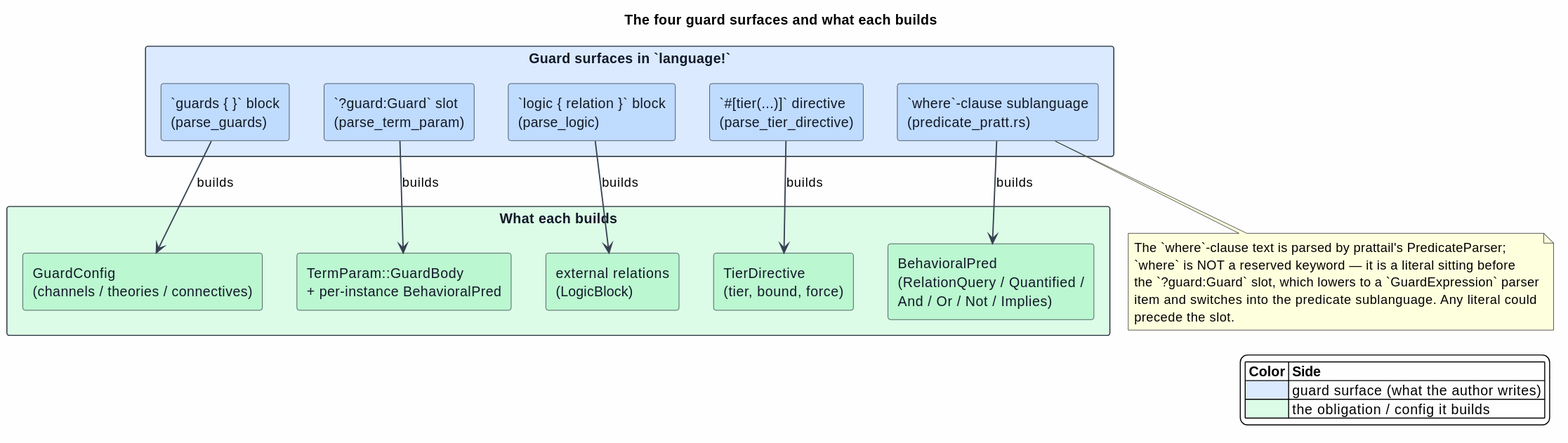
This is docs/architecture/semantic-predicates/figures/06-guard-surfaces.svg from F1R3FLY-io/mettail-rust, a PlantUML export, as it was before one commit. Source of this version:
```plantuml
@startuml
title The four guard surfaces and what each builds

skinparam backgroundColor #FEFEFE
skinparam componentStyle rectangle
skinparam shadowing false
skinparam ArrowColor #374151
skinparam ArrowThickness 1.3
skinparam component {
  BorderColor #1F2937
  FontColor #111827
}
skinparam rectangle {
  BorderColor #1F2937
  FontColor #111827
}

rectangle "Guard surfaces in `language!`" as Surf #DBEAFE {
  component "`guards { }` block\n(parse_guards)" as G #BFDBFE
  component "`?guard:Guard` slot\n(parse_term_param)" as Slot #BFDBFE
  component "`where`-clause sublanguage\n(predicate_pratt.rs)" as Where #BFDBFE
  component "`logic { relation }` block\n(parse_logic)" as Logic #BFDBFE
  component "`#[tier(...)]` directive\n(parse_tier_directive)" as Tier #BFDBFE
}

rectangle "What each builds" as Built #DCFCE7 {
  component "GuardConfig\n(channels / theories / connectives)" as GC #BBF7D0
  component "TermParam::GuardBody\n+ per-instance BehavioralPred" as TP #BBF7D0
  component "BehavioralPred\n(RelationQuery / Quantified /\nAnd / Or / Not / Implies)" as BP #BBF7D0
  component "external relations\n(LogicBlock)" as Rel #BBF7D0
  component "TierDirective\n(tier, bound, force)" as TD #BBF7D0
}

G    --> GC : builds
Slot --> TP : builds
Where --> BP : builds
Logic --> Rel : builds
Tier --> TD : builds

note bottom of Where
  The `where`-clause text is parsed by prattail's PredicateParser;
  `where` is NOT a reserved keyword — it is a literal sitting before
  the `?guard:Guard` slot, which lowers to a `GuardExpression` parser
  item and switches into the predicate sublanguage. Any literal could
  precede the slot.
end note

legend right
|= Color |= Side |
|<#DBEAFE> | guard surface (what the author writes) |
|<#DCFCE7> | the obligation / config it builds |
endlegend
@enduml
```
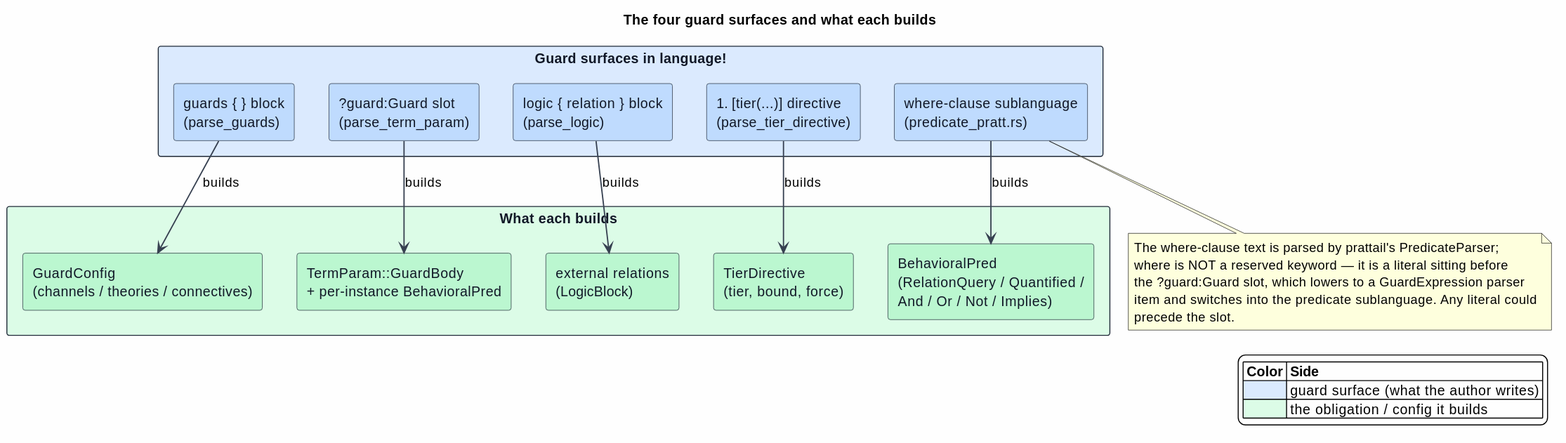
Later version of the same file.

What changed in the source:
```diff
@@ -15,12 +15,12 @@
   FontColor #111827
 }
 
-rectangle "Guard surfaces in `language!`" as Surf #DBEAFE {
-  component "`guards { }` block\n(parse_guards)" as G #BFDBFE
-  component "`?guard:Guard` slot\n(parse_term_param)" as Slot #BFDBFE
-  component "`where`-clause sublanguage\n(predicate_pratt.rs)" as Where #BFDBFE
-  component "`logic { relation }` block\n(parse_logic)" as Logic #BFDBFE
-  component "`#[tier(...)]` directive\n(parse_tier_directive)" as Tier #BFDBFE
+rectangle "Guard surfaces in language!" as Surf #DBEAFE {
+  component "guards { } block\n(parse_guards)" as G #BFDBFE
+  component "?guard:Guard slot\n(parse_term_param)" as Slot #BFDBFE
+  component "where-clause sublanguage\n(predicate_pratt.rs)" as Where #BFDBFE
+  component "logic { relation } block\n(parse_logic)" as Logic #BFDBFE
+  component "#[tier(...)] directive\n(parse_tier_directive)" as Tier #BFDBFE
 }
 
 rectangle "What each builds" as Built #DCFCE7 {
@@ -38,9 +38,9 @@
 Tier --> TD : builds
 
 note bottom of Where
-  The `where`-clause text is parsed by prattail's PredicateParser;
-  `where` is NOT a reserved keyword — it is a literal sitting before
-  the `?guard:Guard` slot, which lowers to a `GuardExpression` parser
+  The where-clause text is parsed by prattail's PredicateParser;
+  where is NOT a reserved keyword — it is a literal sitting before
+  the ?guard:Guard slot, which lowers to a GuardExpression parser
   item and switches into the predicate sublanguage. Any literal could
   precede the slot.
 end note
```
